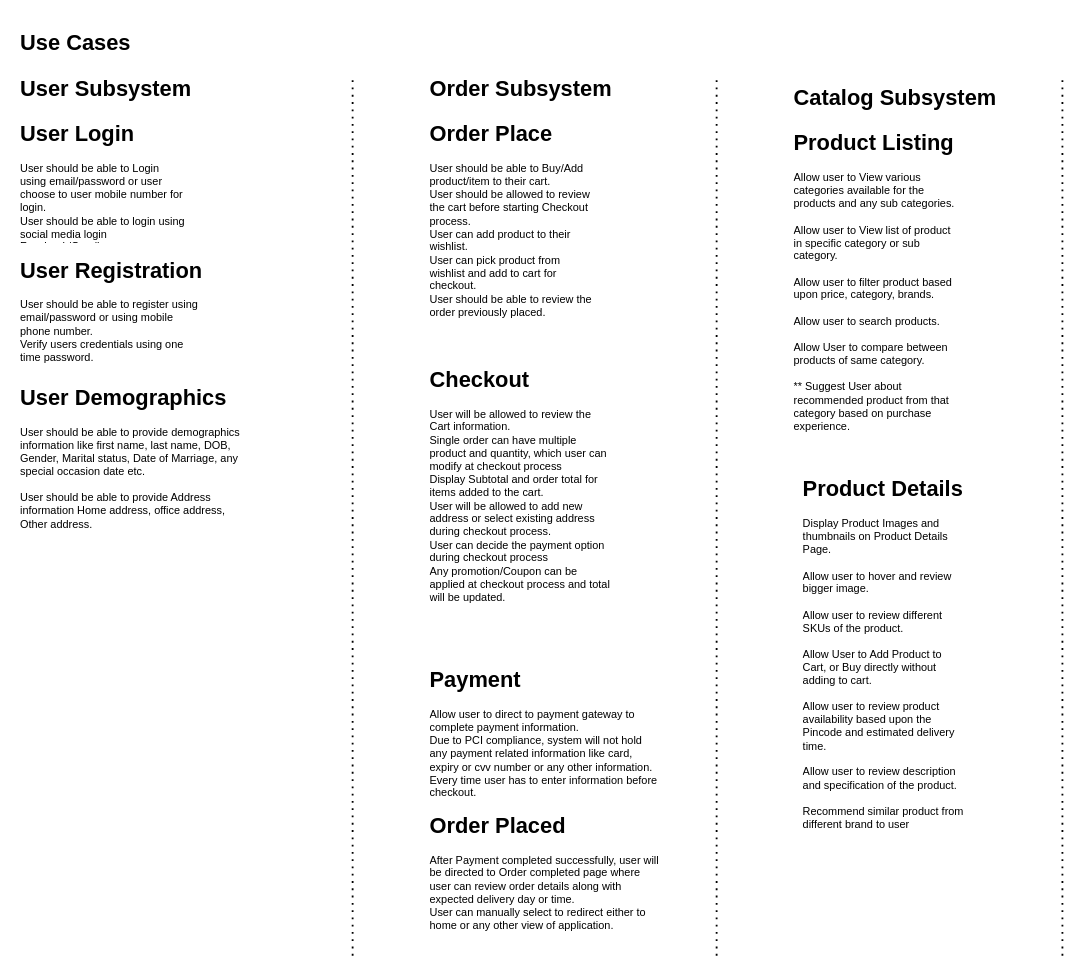
The draw.io diagram page "L5(R-2023-06-02) Use case" (6 of 7) of eCom/docs/design.drawio in ravinderkumard/trariti, before the edit. Source tidied: cells renumbered, new cells numbered last; positions are measured from the earlier drawing's top-left corner, leaving out a move shared by most shapes. Both pictures are drawn from the tidied source at 91%, with x=0, y=0 at pixel (15, 25).
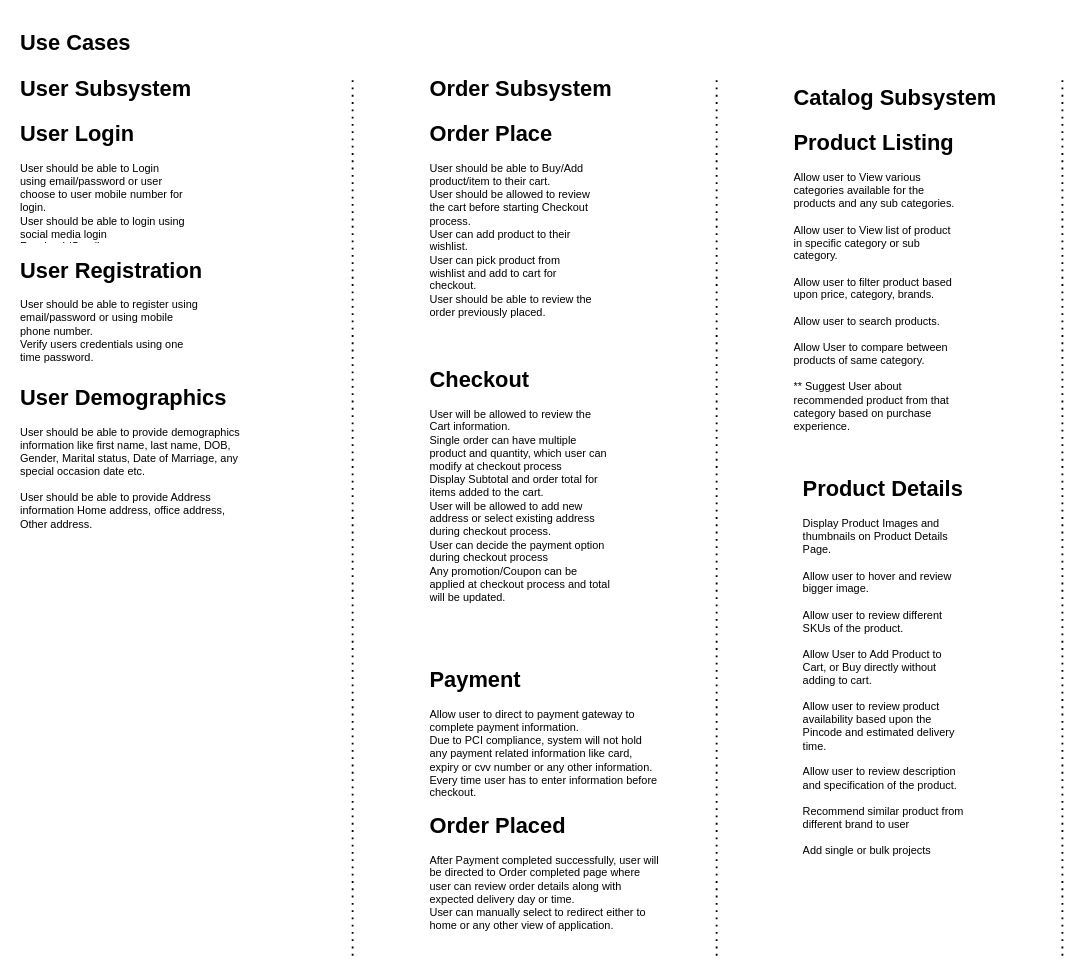
Above is the later version.

The edit, as a diff of the source:
```diff
@@
-    <mxCell id="16" value="&lt;h1&gt;Product Details&lt;/h1&gt;&lt;div&gt;Display Product Images and thumbnails on Product Details Page.&lt;/div&gt;&lt;div&gt;&lt;br&gt;&lt;/div&gt;&lt;div&gt;Allow user to hover and review bigger image.&lt;/div&gt;&lt;div&gt;&lt;br&gt;&lt;/div&gt;&lt;div&gt;Allow user to review different SKUs of the product.&lt;/div&gt;&lt;div&gt;&lt;br&gt;&lt;/div&gt;&lt;div&gt;Allow User to Add Product to Cart, or Buy directly without adding to cart.&lt;/div&gt;&lt;div&gt;&lt;br&gt;&lt;/div&gt;&lt;div&gt;Allow user to review product availability based upon the Pincode and estimated delivery time.&lt;/div&gt;&lt;div&gt;&lt;br&gt;&lt;/div&gt;&lt;div&gt;Allow user to review description and specification of the product.&lt;/div&gt;&lt;div&gt;&lt;br&gt;&lt;/div&gt;&lt;div&gt;Recommend similar product from different brand to user&lt;/div&gt;" style="text;html=1;strokeColor=none;fillColor=none;spacing=5;spacingTop=-20;whiteSpace=wrap;overflow=hidden;rounded=0;" parent="1" vertex="1">
+    <mxCell id="16" value="&lt;h1&gt;Product Details&lt;/h1&gt;&lt;div&gt;Display Product Images and thumbnails on Product Details Page.&lt;/div&gt;&lt;div&gt;&lt;br&gt;&lt;/div&gt;&lt;div&gt;Allow user to hover and review bigger image.&lt;/div&gt;&lt;div&gt;&lt;br&gt;&lt;/div&gt;&lt;div&gt;Allow user to review different SKUs of the product.&lt;/div&gt;&lt;div&gt;&lt;br&gt;&lt;/div&gt;&lt;div&gt;Allow User to Add Product to Cart, or Buy directly without adding to cart.&lt;/div&gt;&lt;div&gt;&lt;br&gt;&lt;/div&gt;&lt;div&gt;Allow user to review product availability based upon the Pincode and estimated delivery time.&lt;/div&gt;&lt;div&gt;&lt;br&gt;&lt;/div&gt;&lt;div&gt;Allow user to review description and specification of the product.&lt;/div&gt;&lt;div&gt;&lt;br&gt;&lt;/div&gt;&lt;div&gt;Recommend similar product from different brand to user&lt;/div&gt;&lt;div&gt;&lt;br&gt;&lt;/div&gt;&lt;div&gt;Add single or bulk projects&lt;/div&gt;" style="text;html=1;strokeColor=none;fillColor=none;spacing=5;spacingTop=-20;whiteSpace=wrap;overflow=hidden;rounded=0;" parent="1" vertex="1">
       <mxGeometry x="860" y="490" width="190" height="450" as="geometry" />
     </mxCell>
```
